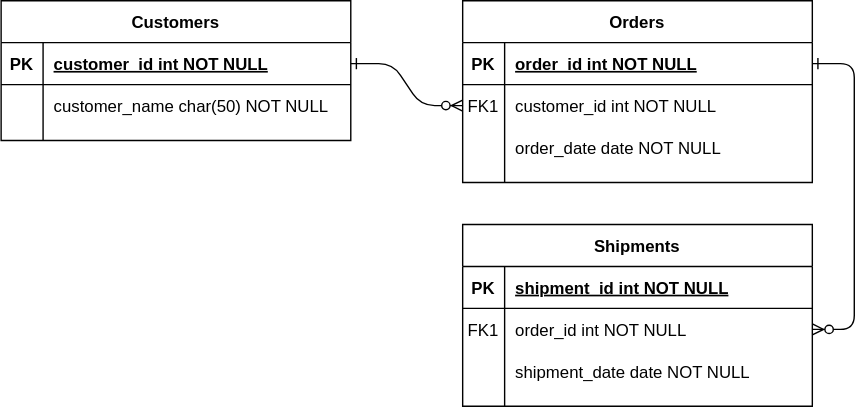
Earlier version of the draw.io export Untitled Diagram.svg (dhnascimento/cats). Source tidied: cells renumbered, new cells last; positions are measured from the earlier drawing's top-left corner, leaving out a move shared by most shapes. The source it was exported from:
```xml
<mxGraphModel>
  <root>
    <mxCell id="0" />
    <mxCell id="1" parent="0" />
    <mxCell id="2" style="edgeStyle=entityRelationEdgeStyle;endArrow=ERzeroToMany;startArrow=ERone;endFill=1;startFill=0;" parent="1" edge="1" source="25" target="8">
      <mxGeometry relative="1" as="geometry" />
    </mxCell>
    <mxCell id="3" style="edgeStyle=entityRelationEdgeStyle;endArrow=ERzeroToMany;startArrow=ERone;endFill=1;startFill=0;" parent="1" edge="1" source="5" target="18">
      <mxGeometry relative="1" as="geometry" />
    </mxCell>
    <mxCell id="4" value="Orders" style="shape=table;startSize=30;rowLines=0;fontStyle=1;align=center;" parent="1" vertex="1">
      <mxGeometry x="330" width="250" height="130" as="geometry" />
    </mxCell>
    <mxCell id="5" style="shape=partialRectangle;fillColor=none;points=[[0,0.5],[1,0.5]];portConstraint=eastwest;top=0;left=0;right=0;bottom=1;" parent="4" vertex="1">
      <mxGeometry y="30" width="250" height="30" as="geometry" />
    </mxCell>
    <mxCell id="6" value="PK" style="shape=partialRectangle;overflow=hidden;fillColor=none;top=0;left=0;bottom=0;right=0;fontStyle=1;" parent="5" vertex="1">
      <mxGeometry width="30" height="30" as="geometry" />
    </mxCell>
    <mxCell id="7" value="order_id int NOT NULL " style="shape=partialRectangle;overflow=hidden;fillColor=none;top=0;left=0;bottom=0;right=0;align=left;spacingLeft=6;fontStyle=5;" parent="5" vertex="1">
      <mxGeometry x="30" width="220" height="30" as="geometry" />
    </mxCell>
    <mxCell id="8" style="shape=partialRectangle;fillColor=none;points=[[0,0.5],[1,0.5]];portConstraint=eastwest;top=0;left=0;right=0;bottom=0;" parent="4" vertex="1">
      <mxGeometry y="60" width="250" height="30" as="geometry" />
    </mxCell>
    <mxCell id="9" value="FK1" style="shape=partialRectangle;overflow=hidden;fillColor=none;top=0;left=0;bottom=0;right=0;" parent="8" vertex="1">
      <mxGeometry width="30" height="30" as="geometry" />
    </mxCell>
    <mxCell id="10" value="customer_id int NOT NULL" style="shape=partialRectangle;overflow=hidden;fillColor=none;top=0;left=0;bottom=0;right=0;align=left;spacingLeft=6;" parent="8" vertex="1">
      <mxGeometry x="30" width="220" height="30" as="geometry" />
    </mxCell>
    <mxCell id="11" style="shape=partialRectangle;fillColor=none;top=0;left=0;right=0;bottom=0;" parent="4" vertex="1">
      <mxGeometry y="90" width="250" height="30" as="geometry" />
    </mxCell>
    <mxCell id="12" style="shape=partialRectangle;overflow=hidden;fillColor=none;top=0;left=0;bottom=0;right=0;" parent="11" vertex="1">
      <mxGeometry width="30" height="30" as="geometry" />
    </mxCell>
    <mxCell id="13" value="order_date date NOT NULL" style="shape=partialRectangle;overflow=hidden;fillColor=none;top=0;left=0;bottom=0;right=0;align=left;spacingLeft=6;" parent="11" vertex="1">
      <mxGeometry x="30" width="220" height="30" as="geometry" />
    </mxCell>
    <mxCell id="14" value="Shipments" style="shape=table;startSize=30;rowLines=0;fontStyle=1;align=center;" parent="1" vertex="1">
      <mxGeometry x="330" y="160" width="250" height="130" as="geometry" />
    </mxCell>
    <mxCell id="15" style="shape=partialRectangle;fillColor=none;top=0;left=0;right=0;bottom=1;" parent="14" vertex="1">
      <mxGeometry y="30" width="250" height="30" as="geometry" />
    </mxCell>
    <mxCell id="16" value="PK" style="shape=partialRectangle;overflow=hidden;fillColor=none;top=0;left=0;bottom=0;right=0;fontStyle=1;" parent="15" vertex="1">
      <mxGeometry width="30" height="30" as="geometry" />
    </mxCell>
    <mxCell id="17" value="shipment_id int NOT NULL " style="shape=partialRectangle;overflow=hidden;fillColor=none;top=0;left=0;bottom=0;right=0;align=left;spacingLeft=6;fontStyle=5;" parent="15" vertex="1">
      <mxGeometry x="30" width="220" height="30" as="geometry" />
    </mxCell>
    <mxCell id="18" style="shape=partialRectangle;fillColor=none;points=[[0,0.5],[1,0.5]];portConstraint=eastwest;top=0;left=0;right=0;bottom=0;" parent="14" vertex="1">
      <mxGeometry y="60" width="250" height="30" as="geometry" />
    </mxCell>
    <mxCell id="19" value="FK1" style="shape=partialRectangle;overflow=hidden;fillColor=none;top=0;left=0;bottom=0;right=0;" parent="18" vertex="1">
      <mxGeometry width="30" height="30" as="geometry" />
    </mxCell>
    <mxCell id="20" value="order_id int NOT NULL" style="shape=partialRectangle;overflow=hidden;fillColor=none;top=0;left=0;bottom=0;right=0;align=left;spacingLeft=6;" parent="18" vertex="1">
      <mxGeometry x="30" width="220" height="30" as="geometry" />
    </mxCell>
    <mxCell id="21" style="shape=partialRectangle;fillColor=none;top=0;left=0;right=0;bottom=0;" parent="14" vertex="1">
      <mxGeometry y="90" width="250" height="30" as="geometry" />
    </mxCell>
    <mxCell id="22" style="shape=partialRectangle;overflow=hidden;fillColor=none;top=0;left=0;bottom=0;right=0;" parent="21" vertex="1">
      <mxGeometry width="30" height="30" as="geometry" />
    </mxCell>
    <mxCell id="23" value="shipment_date date NOT NULL" style="shape=partialRectangle;overflow=hidden;fillColor=none;top=0;left=0;bottom=0;right=0;align=left;spacingLeft=6;" parent="21" vertex="1">
      <mxGeometry x="30" width="220" height="30" as="geometry" />
    </mxCell>
    <mxCell id="24" value="Customers" style="shape=table;startSize=30;rowLines=0;fontStyle=1;align=center;" parent="1" vertex="1">
      <mxGeometry width="250" height="100" as="geometry" />
    </mxCell>
    <mxCell id="25" style="shape=partialRectangle;fillColor=none;points=[[0,0.5],[1,0.5]];portConstraint=eastwest;top=0;left=0;right=0;bottom=1;" parent="24" vertex="1">
      <mxGeometry y="30" width="250" height="30" as="geometry" />
    </mxCell>
    <mxCell id="26" value="PK" style="shape=partialRectangle;overflow=hidden;fillColor=none;top=0;left=0;bottom=0;right=0;fontStyle=1;" parent="25" vertex="1">
      <mxGeometry width="30" height="30" as="geometry" />
    </mxCell>
    <mxCell id="27" value="customer_id int NOT NULL " style="shape=partialRectangle;overflow=hidden;fillColor=none;top=0;left=0;bottom=0;right=0;align=left;spacingLeft=6;fontStyle=5;" parent="25" vertex="1">
      <mxGeometry x="30" width="220" height="30" as="geometry" />
    </mxCell>
    <mxCell id="28" style="shape=partialRectangle;fillColor=none;top=0;left=0;right=0;bottom=0;" parent="24" vertex="1">
      <mxGeometry y="60" width="250" height="30" as="geometry" />
    </mxCell>
    <mxCell id="29" style="shape=partialRectangle;overflow=hidden;fillColor=none;top=0;left=0;bottom=0;right=0;" parent="28" vertex="1">
      <mxGeometry width="30" height="30" as="geometry" />
    </mxCell>
    <mxCell id="30" value="customer_name char(50) NOT NULL" style="shape=partialRectangle;overflow=hidden;fillColor=none;top=0;left=0;bottom=0;right=0;align=left;spacingLeft=6;" parent="28" vertex="1">
      <mxGeometry x="30" width="220" height="30" as="geometry" />
    </mxCell>
  </root>
</mxGraphModel>
```
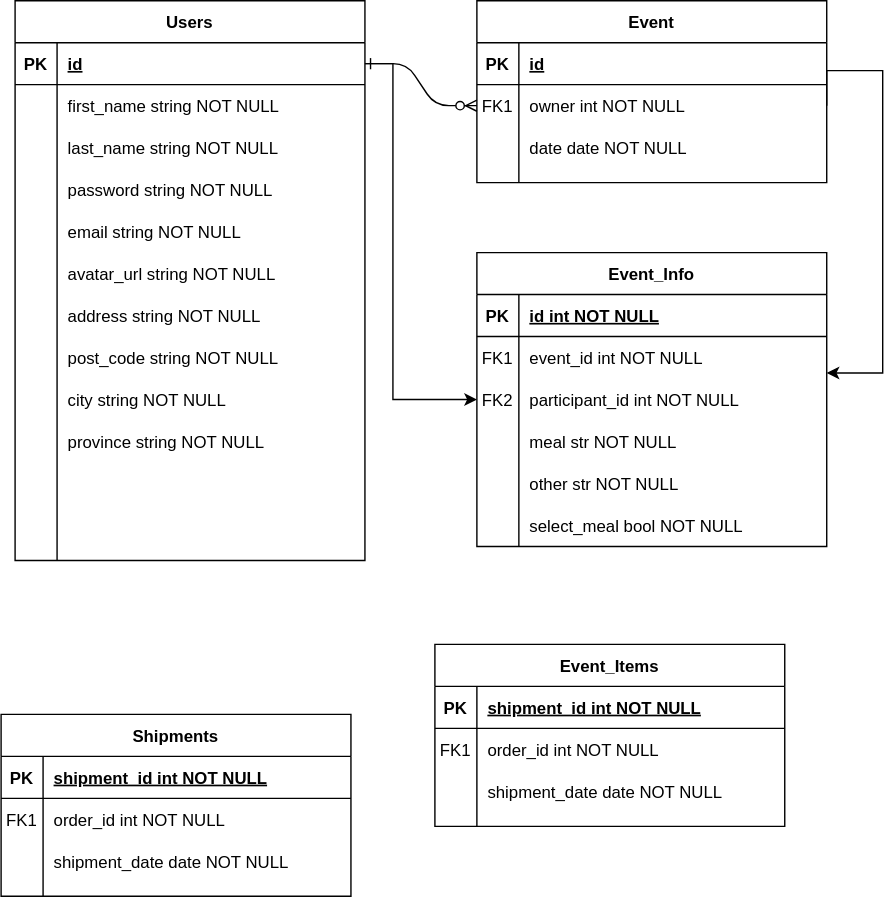
The same file after the commit.

What changed in the source:
```diff
@@ -5,10 +5,7 @@
     <mxCell id="2" style="edgeStyle=entityRelationEdgeStyle;endArrow=ERzeroToMany;startArrow=ERone;endFill=1;startFill=0;" parent="1" edge="1" source="25" target="8">
       <mxGeometry relative="1" as="geometry" />
     </mxCell>
-    <mxCell id="3" style="edgeStyle=entityRelationEdgeStyle;endArrow=ERzeroToMany;startArrow=ERone;endFill=1;startFill=0;" parent="1" edge="1" source="5" target="18">
-      <mxGeometry relative="1" as="geometry" />
-    </mxCell>
-    <mxCell id="4" value="Orders" style="shape=table;startSize=30;rowLines=0;fontStyle=1;align=center;" parent="1" vertex="1">
+    <mxCell id="4" value="Event" style="shape=table;startSize=30;rowLines=0;fontStyle=1;align=center;" parent="1" vertex="1">
       <mxGeometry x="330" width="250" height="130" as="geometry" />
     </mxCell>
     <mxCell id="5" style="shape=partialRectangle;fillColor=none;points=[[0,0.5],[1,0.5]];portConstraint=eastwest;top=0;left=0;right=0;bottom=1;" parent="4" vertex="1">
@@ -17,7 +14,7 @@
     <mxCell id="6" value="PK" style="shape=partialRectangle;overflow=hidden;fillColor=none;top=0;left=0;bottom=0;right=0;fontStyle=1;" parent="5" vertex="1">
       <mxGeometry width="30" height="30" as="geometry" />
     </mxCell>
-    <mxCell id="7" value="order_id int NOT NULL " style="shape=partialRectangle;overflow=hidden;fillColor=none;top=0;left=0;bottom=0;right=0;align=left;spacingLeft=6;fontStyle=5;" parent="5" vertex="1">
+    <mxCell id="7" value="id" style="shape=partialRectangle;overflow=hidden;fillColor=none;top=0;left=0;bottom=0;right=0;align=left;spacingLeft=6;fontStyle=5;" parent="5" vertex="1">
       <mxGeometry x="30" width="220" height="30" as="geometry" />
     </mxCell>
     <mxCell id="8" style="shape=partialRectangle;fillColor=none;points=[[0,0.5],[1,0.5]];portConstraint=eastwest;top=0;left=0;right=0;bottom=0;" parent="4" vertex="1">
@@ -26,7 +23,7 @@
     <mxCell id="9" value="FK1" style="shape=partialRectangle;overflow=hidden;fillColor=none;top=0;left=0;bottom=0;right=0;" parent="8" vertex="1">
       <mxGeometry width="30" height="30" as="geometry" />
     </mxCell>
-    <mxCell id="10" value="customer_id int NOT NULL" style="shape=partialRectangle;overflow=hidden;fillColor=none;top=0;left=0;bottom=0;right=0;align=left;spacingLeft=6;" parent="8" vertex="1">
+    <mxCell id="10" value="owner int NOT NULL" style="shape=partialRectangle;overflow=hidden;fillColor=none;top=0;left=0;bottom=0;right=0;align=left;spacingLeft=6;" parent="8" vertex="1">
       <mxGeometry x="30" width="220" height="30" as="geometry" />
     </mxCell>
     <mxCell id="11" style="shape=partialRectangle;fillColor=none;top=0;left=0;right=0;bottom=0;" parent="4" vertex="1">
@@ -35,11 +32,104 @@
     <mxCell id="12" style="shape=partialRectangle;overflow=hidden;fillColor=none;top=0;left=0;bottom=0;right=0;" parent="11" vertex="1">
       <mxGeometry width="30" height="30" as="geometry" />
     </mxCell>
-    <mxCell id="13" value="order_date date NOT NULL" style="shape=partialRectangle;overflow=hidden;fillColor=none;top=0;left=0;bottom=0;right=0;align=left;spacingLeft=6;" parent="11" vertex="1">
+    <mxCell id="13" value="date date NOT NULL" style="shape=partialRectangle;overflow=hidden;fillColor=none;top=0;left=0;bottom=0;right=0;align=left;spacingLeft=6;" parent="11" vertex="1">
       <mxGeometry x="30" width="220" height="30" as="geometry" />
     </mxCell>
+    <mxCell id="24" value="Users" style="shape=table;startSize=30;rowLines=0;fontStyle=1;align=center;" parent="1" vertex="1">
+      <mxGeometry width="250" height="400" as="geometry" />
+    </mxCell>
+    <mxCell id="25" style="shape=partialRectangle;fillColor=none;points=[[0,0.5],[1,0.5]];portConstraint=eastwest;top=0;left=0;right=0;bottom=1;" parent="24" vertex="1">
+      <mxGeometry y="30" width="250" height="30" as="geometry" />
+    </mxCell>
+    <mxCell id="26" value="PK" style="shape=partialRectangle;overflow=hidden;fillColor=none;top=0;left=0;bottom=0;right=0;fontStyle=1;" parent="25" vertex="1">
+      <mxGeometry width="30" height="30" as="geometry" />
+    </mxCell>
+    <mxCell id="27" value="id" style="shape=partialRectangle;overflow=hidden;fillColor=none;top=0;left=0;bottom=0;right=0;align=left;spacingLeft=6;fontStyle=5;" parent="25" vertex="1">
+      <mxGeometry x="30" width="220" height="30" as="geometry" />
+    </mxCell>
+    <mxCell id="28" style="shape=partialRectangle;fillColor=none;top=0;left=0;right=0;bottom=0;" parent="24" vertex="1">
+      <mxGeometry y="60" width="250" height="30" as="geometry" />
+    </mxCell>
+    <mxCell id="29" style="shape=partialRectangle;overflow=hidden;fillColor=none;top=0;left=0;bottom=0;right=0;" parent="28" vertex="1">
+      <mxGeometry width="30" height="30" as="geometry" />
+    </mxCell>
+    <mxCell id="30" value="first_name string NOT NULL" style="shape=partialRectangle;overflow=hidden;fillColor=none;top=0;left=0;bottom=0;right=0;align=left;spacingLeft=6;" parent="28" vertex="1">
+      <mxGeometry x="30" width="220" height="30" as="geometry" />
+    </mxCell>
+    <mxCell id="31" value="password string NOT NULL" style="shape=partialRectangle;overflow=hidden;fillColor=none;top=0;left=0;bottom=0;right=0;align=left;spacingLeft=6;" parent="1" vertex="1">
+      <mxGeometry x="30" y="120" width="220" height="30" as="geometry" />
+    </mxCell>
+    <mxCell id="32" value="email string NOT NULL" style="shape=partialRectangle;overflow=hidden;fillColor=none;top=0;left=0;bottom=0;right=0;align=left;spacingLeft=6;" parent="1" vertex="1">
+      <mxGeometry x="30" y="150" width="220" height="30" as="geometry" />
+    </mxCell>
+    <mxCell id="33" value="address string NOT NULL" style="shape=partialRectangle;overflow=hidden;fillColor=none;top=0;left=0;bottom=0;right=0;align=left;spacingLeft=6;" parent="1" vertex="1">
+      <mxGeometry x="30" y="210" width="220" height="30" as="geometry" />
+    </mxCell>
+    <mxCell id="34" value="last_name string NOT NULL" style="shape=partialRectangle;overflow=hidden;fillColor=none;top=0;left=0;bottom=0;right=0;align=left;spacingLeft=6;" parent="1" vertex="1">
+      <mxGeometry x="30" y="90" width="220" height="30" as="geometry" />
+    </mxCell>
+    <mxCell id="35" value="post_code string NOT NULL" style="shape=partialRectangle;overflow=hidden;fillColor=none;top=0;left=0;bottom=0;right=0;align=left;spacingLeft=6;" parent="1" vertex="1">
+      <mxGeometry x="30" y="240" width="220" height="30" as="geometry" />
+    </mxCell>
+    <mxCell id="36" value="city string NOT NULL" style="shape=partialRectangle;overflow=hidden;fillColor=none;top=0;left=0;bottom=0;right=0;align=left;spacingLeft=6;" parent="1" vertex="1">
+      <mxGeometry x="30" y="270" width="220" height="30" as="geometry" />
+    </mxCell>
+    <mxCell id="37" value="province string NOT NULL" style="shape=partialRectangle;overflow=hidden;fillColor=none;top=0;left=0;bottom=0;right=0;align=left;spacingLeft=6;" parent="1" vertex="1">
+      <mxGeometry x="30" y="300" width="220" height="30" as="geometry" />
+    </mxCell>
+    <mxCell id="38" value="Event_Info" style="shape=table;startSize=30;rowLines=0;fontStyle=1;align=center;" parent="1" vertex="1">
+      <mxGeometry x="330" y="180" width="250" height="210" as="geometry" />
+    </mxCell>
+    <mxCell id="39" style="shape=partialRectangle;fillColor=none;top=0;left=0;right=0;bottom=1;" parent="38" vertex="1">
+      <mxGeometry y="30" width="250" height="30" as="geometry" />
+    </mxCell>
+    <mxCell id="40" value="PK" style="shape=partialRectangle;overflow=hidden;fillColor=none;top=0;left=0;bottom=0;right=0;fontStyle=1;" parent="39" vertex="1">
+      <mxGeometry width="30" height="30" as="geometry" />
+    </mxCell>
+    <mxCell id="41" value="id int NOT NULL " style="shape=partialRectangle;overflow=hidden;fillColor=none;top=0;left=0;bottom=0;right=0;align=left;spacingLeft=6;fontStyle=5;" parent="39" vertex="1">
+      <mxGeometry x="30" width="220" height="30" as="geometry" />
+    </mxCell>
+    <mxCell id="42" style="shape=partialRectangle;fillColor=none;top=0;left=0;right=0;bottom=0;" parent="38" vertex="1">
+      <mxGeometry y="60" width="250" height="30" as="geometry" />
+    </mxCell>
+    <mxCell id="43" value="FK1" style="shape=partialRectangle;overflow=hidden;fillColor=none;top=0;left=0;bottom=0;right=0;" parent="42" vertex="1">
+      <mxGeometry width="30" height="30" as="geometry" />
+    </mxCell>
+    <mxCell id="44" value="event_id int NOT NULL" style="shape=partialRectangle;overflow=hidden;fillColor=none;top=0;left=0;bottom=0;right=0;align=left;spacingLeft=6;" parent="42" vertex="1">
+      <mxGeometry x="30" width="220" height="30" as="geometry" />
+    </mxCell>
+    <mxCell id="45" style="shape=partialRectangle;fillColor=none;points=[[0,0.5],[1,0.5]];portConstraint=eastwest;top=0;left=0;right=0;bottom=0;" parent="38" vertex="1">
+      <mxGeometry y="90" width="250" height="30" as="geometry" />
+    </mxCell>
+    <mxCell id="46" style="shape=partialRectangle;overflow=hidden;fillColor=none;top=0;left=0;bottom=0;right=0;" parent="45" vertex="1">
+      <mxGeometry width="30" height="30" as="geometry" />
+    </mxCell>
+    <mxCell id="47" value="participant_id int NOT NULL" style="shape=partialRectangle;overflow=hidden;fillColor=none;top=0;left=0;bottom=0;right=0;align=left;spacingLeft=6;" parent="45" vertex="1">
+      <mxGeometry x="30" width="220" height="30" as="geometry" />
+    </mxCell>
+    <mxCell id="48" value="FK2" style="shape=partialRectangle;overflow=hidden;fillColor=none;top=0;left=0;bottom=0;right=0;" parent="1" vertex="1">
+      <mxGeometry x="330" y="270" width="30" height="30" as="geometry" />
+    </mxCell>
+    <mxCell id="49" style="edgeStyle=orthogonalEdgeStyle;rounded=0;jettySize=auto;html=1;exitX=1;exitY=0.5;exitDx=0;exitDy=0;" parent="1" edge="1" source="25" target="45">
+      <mxGeometry relative="1" as="geometry">
+        <Array as="points">
+          <mxPoint x="270" y="45" />
+          <mxPoint x="270" y="285" />
+        </Array>
+      </mxGeometry>
+    </mxCell>
+    <mxCell id="50" style="edgeStyle=orthogonalEdgeStyle;rounded=0;jettySize=auto;html=1;exitX=1;exitY=0.5;exitDx=0;exitDy=0;" parent="1" edge="1" source="8">
+      <mxGeometry relative="1" as="geometry">
+        <mxPoint x="580" y="266" as="targetPoint" />
+        <Array as="points">
+          <mxPoint x="580" y="50" />
+          <mxPoint x="620" y="50" />
+          <mxPoint x="620" y="266" />
+        </Array>
+      </mxGeometry>
+    </mxCell>
-    <mxCell id="14" value="Shipments" style="shape=table;startSize=30;rowLines=0;fontStyle=1;align=center;" parent="1" vertex="1">
-      <mxGeometry x="330" y="160" width="250" height="130" as="geometry" />
+    <mxCell id="14" value="Event_Items" style="shape=table;startSize=30;rowLines=0;fontStyle=1;align=center;" parent="1" vertex="1">
+      <mxGeometry x="300" y="460" width="250" height="130" as="geometry" />
     </mxCell>
     <mxCell id="15" style="shape=partialRectangle;fillColor=none;top=0;left=0;right=0;bottom=1;" parent="14" vertex="1">
       <mxGeometry y="30" width="250" height="30" as="geometry" />
@@ -68,26 +158,47 @@
     <mxCell id="23" value="shipment_date date NOT NULL" style="shape=partialRectangle;overflow=hidden;fillColor=none;top=0;left=0;bottom=0;right=0;align=left;spacingLeft=6;" parent="21" vertex="1">
       <mxGeometry x="30" width="220" height="30" as="geometry" />
     </mxCell>
-    <mxCell id="24" value="Customers" style="shape=table;startSize=30;rowLines=0;fontStyle=1;align=center;" parent="1" vertex="1">
-      <mxGeometry width="250" height="100" as="geometry" />
-    </mxCell>
-    <mxCell id="25" style="shape=partialRectangle;fillColor=none;points=[[0,0.5],[1,0.5]];portConstraint=eastwest;top=0;left=0;right=0;bottom=1;" parent="24" vertex="1">
-      <mxGeometry y="30" width="250" height="30" as="geometry" />
-    </mxCell>
-    <mxCell id="26" value="PK" style="shape=partialRectangle;overflow=hidden;fillColor=none;top=0;left=0;bottom=0;right=0;fontStyle=1;" parent="25" vertex="1">
-      <mxGeometry width="30" height="30" as="geometry" />
-    </mxCell>
-    <mxCell id="27" value="customer_id int NOT NULL " style="shape=partialRectangle;overflow=hidden;fillColor=none;top=0;left=0;bottom=0;right=0;align=left;spacingLeft=6;fontStyle=5;" parent="25" vertex="1">
-      <mxGeometry x="30" width="220" height="30" as="geometry" />
-    </mxCell>
-    <mxCell id="28" style="shape=partialRectangle;fillColor=none;top=0;left=0;right=0;bottom=0;" parent="24" vertex="1">
-      <mxGeometry y="60" width="250" height="30" as="geometry" />
-    </mxCell>
-    <mxCell id="29" style="shape=partialRectangle;overflow=hidden;fillColor=none;top=0;left=0;bottom=0;right=0;" parent="28" vertex="1">
-      <mxGeometry width="30" height="30" as="geometry" />
-    </mxCell>
-    <mxCell id="30" value="customer_name char(50) NOT NULL" style="shape=partialRectangle;overflow=hidden;fillColor=none;top=0;left=0;bottom=0;right=0;align=left;spacingLeft=6;" parent="28" vertex="1">
-      <mxGeometry x="30" width="220" height="30" as="geometry" />
-    </mxCell>
+    <mxCell id="51" value="Shipments" style="shape=table;startSize=30;rowLines=0;fontStyle=1;align=center;" parent="1" vertex="1">
+      <mxGeometry x="-10" y="510" width="250" height="130" as="geometry" />
+    </mxCell>
+    <mxCell id="52" style="shape=partialRectangle;fillColor=none;top=0;left=0;right=0;bottom=1;" parent="51" vertex="1">
+      <mxGeometry y="30" width="250" height="30" as="geometry" />
+    </mxCell>
+    <mxCell id="53" value="PK" style="shape=partialRectangle;overflow=hidden;fillColor=none;top=0;left=0;bottom=0;right=0;fontStyle=1;" parent="52" vertex="1">
+      <mxGeometry width="30" height="30" as="geometry" />
+    </mxCell>
+    <mxCell id="54" value="shipment_id int NOT NULL " style="shape=partialRectangle;overflow=hidden;fillColor=none;top=0;left=0;bottom=0;right=0;align=left;spacingLeft=6;fontStyle=5;" parent="52" vertex="1">
+      <mxGeometry x="30" width="220" height="30" as="geometry" />
+    </mxCell>
+    <mxCell id="55" style="shape=partialRectangle;fillColor=none;top=0;left=0;right=0;bottom=0;" parent="51" vertex="1">
+      <mxGeometry y="60" width="250" height="30" as="geometry" />
+    </mxCell>
+    <mxCell id="56" value="FK1" style="shape=partialRectangle;overflow=hidden;fillColor=none;top=0;left=0;bottom=0;right=0;" parent="55" vertex="1">
+      <mxGeometry width="30" height="30" as="geometry" />
+    </mxCell>
+    <mxCell id="57" value="order_id int NOT NULL" style="shape=partialRectangle;overflow=hidden;fillColor=none;top=0;left=0;bottom=0;right=0;align=left;spacingLeft=6;" parent="55" vertex="1">
+      <mxGeometry x="30" width="220" height="30" as="geometry" />
+    </mxCell>
+    <mxCell id="58" style="shape=partialRectangle;fillColor=none;top=0;left=0;right=0;bottom=0;" parent="51" vertex="1">
+      <mxGeometry y="90" width="250" height="30" as="geometry" />
+    </mxCell>
+    <mxCell id="59" style="shape=partialRectangle;overflow=hidden;fillColor=none;top=0;left=0;bottom=0;right=0;" parent="58" vertex="1">
+      <mxGeometry width="30" height="30" as="geometry" />
+    </mxCell>
+    <mxCell id="60" value="shipment_date date NOT NULL" style="shape=partialRectangle;overflow=hidden;fillColor=none;top=0;left=0;bottom=0;right=0;align=left;spacingLeft=6;" parent="58" vertex="1">
+      <mxGeometry x="30" width="220" height="30" as="geometry" />
+    </mxCell>
+    <mxCell id="61" value="avatar_url string NOT NULL" style="shape=partialRectangle;overflow=hidden;fillColor=none;top=0;left=0;bottom=0;right=0;align=left;spacingLeft=6;" parent="1" vertex="1">
+      <mxGeometry x="30" y="180" width="220" height="30" as="geometry" />
+    </mxCell>
+    <mxCell id="62" value="meal str NOT NULL" style="shape=partialRectangle;overflow=hidden;fillColor=none;top=0;left=0;bottom=0;right=0;align=left;spacingLeft=6;" parent="1" vertex="1">
+      <mxGeometry x="360" y="300" width="220" height="30" as="geometry" />
+    </mxCell>
+    <mxCell id="63" value="other str NOT NULL" style="shape=partialRectangle;overflow=hidden;fillColor=none;top=0;left=0;bottom=0;right=0;align=left;spacingLeft=6;" parent="1" vertex="1">
+      <mxGeometry x="360" y="330" width="220" height="30" as="geometry" />
+    </mxCell>
+    <mxCell id="64" value="select_meal bool NOT NULL" style="shape=partialRectangle;overflow=hidden;fillColor=none;top=0;left=0;bottom=0;right=0;align=left;spacingLeft=6;" parent="1" vertex="1">
+      <mxGeometry x="360" y="360" width="220" height="30" as="geometry" />
+    </mxCell>
   </root>
 </mxGraphModel>
```
